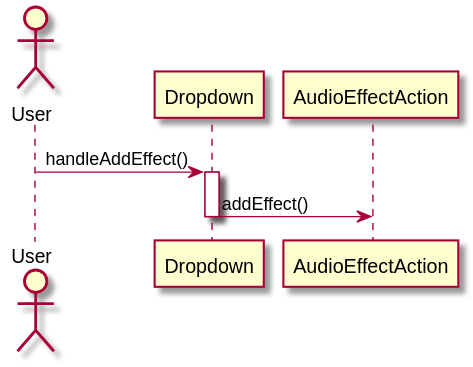
Earlier version of the PlantUML export out/sequence_diagram/addEffect/addEffect.svg (austudio-team/austudio-uml-graph). Source of this version:
```plantuml
@startuml
actor User

User -> Dropdown: handleAddEffect()
activate Dropdown
Dropdown -> AudioEffectAction: addEffect()
deactivate Dropdown
@enduml
```
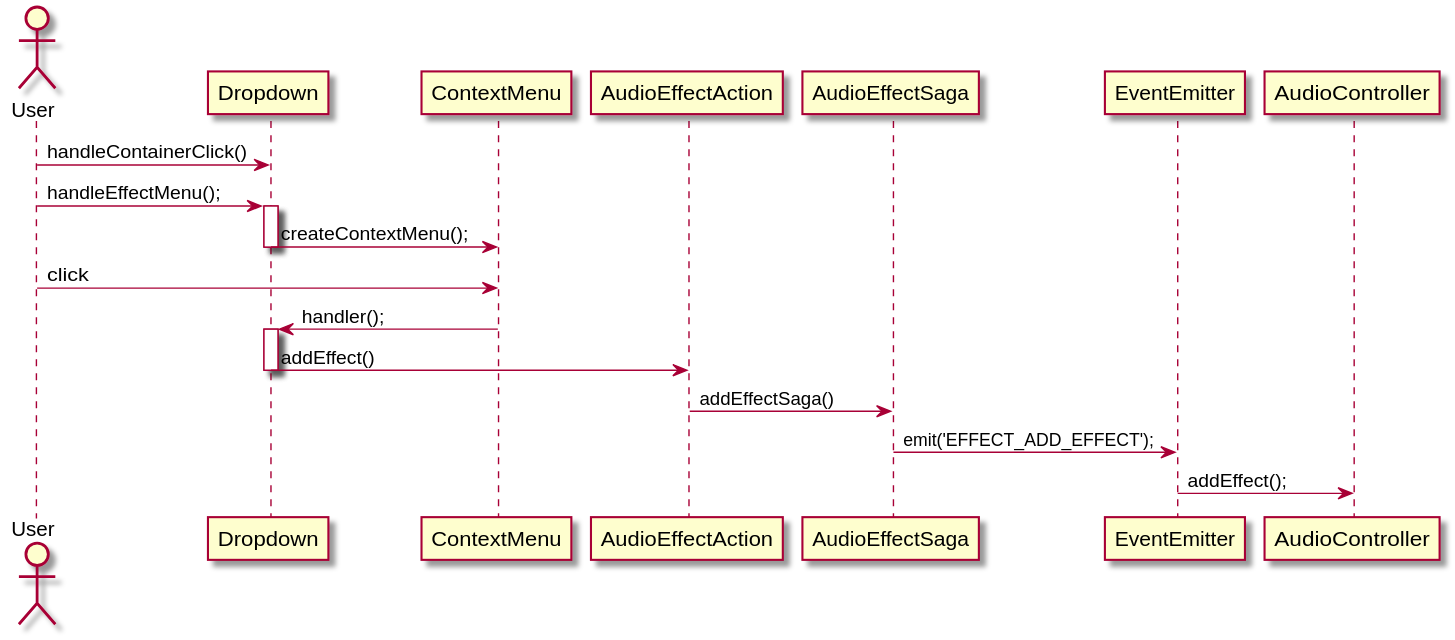
Later version of the same file.

Diff of the diagram source:
```diff
@@ -1,8 +1,17 @@
 @startuml
 actor User
 
-User -> Dropdown: handleAddEffect()
+User -> Dropdown: handleContainerClick()
+User -> Dropdown: handleEffectMenu();
+activate Dropdown
+Dropdown -> ContextMenu: createContextMenu();
+deactivate Dropdown
+User -> ContextMenu: click
+ContextMenu -> Dropdown: handler();
 activate Dropdown
 Dropdown -> AudioEffectAction: addEffect()
 deactivate Dropdown
+AudioEffectAction -> AudioEffectSaga: addEffectSaga()
+AudioEffectSaga -> EventEmitter: emit('EFFECT_ADD_EFFECT');
+EventEmitter -> AudioController: addEffect();
 @enduml
```
